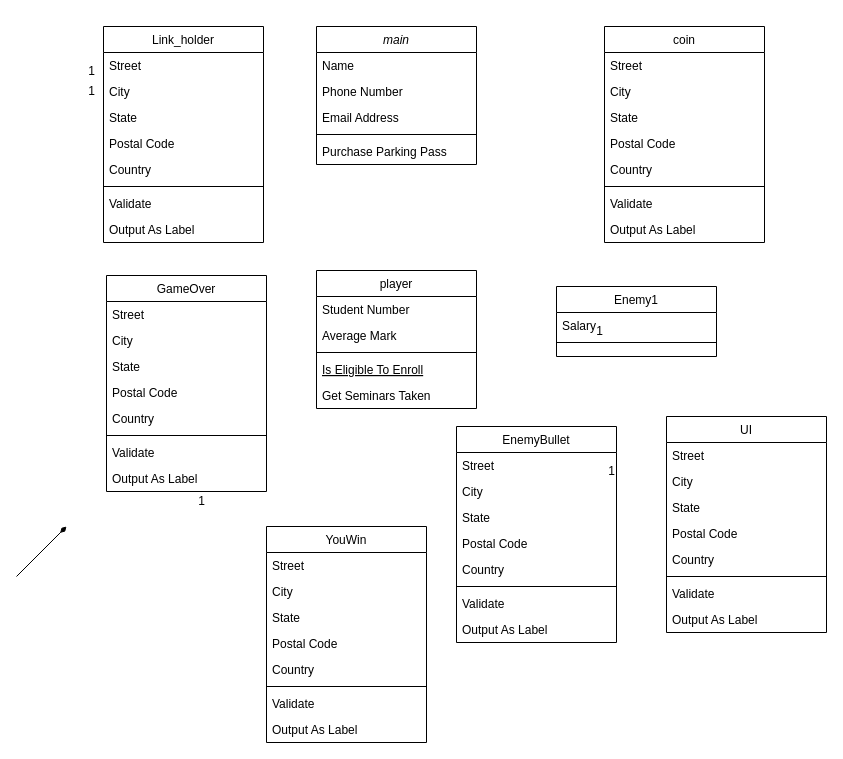
Earlier version of the draw.io diagram Unavngivet diagram.drawio (Anasbananhovede/eksame-projekt). Source tidied: cells renumbered, new cells numbered last; positions are measured from the earlier drawing's top-left corner, leaving out a move shared by most shapes. Both pictures are drawn from the tidied source at 100%, with x=0, y=0 at pixel (16, 26).
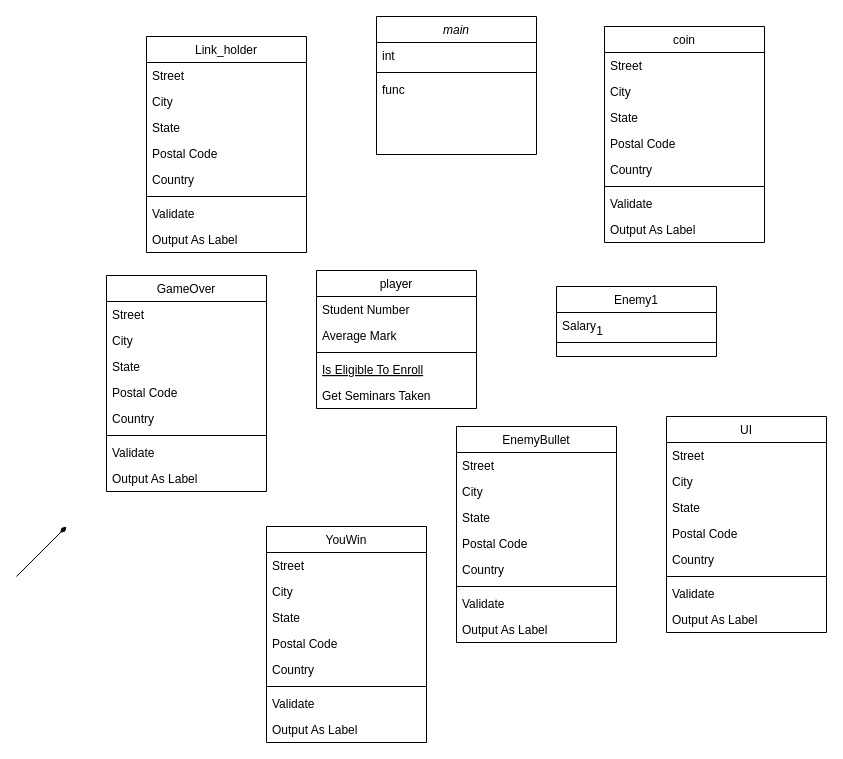
The same diagram, later.

Commit message:
igang med at lave skabelon.drawio

Change to the diagram source:
```diff
@@
     <mxCell id="2" value="main&#10;" style="swimlane;fontStyle=2;align=center;verticalAlign=top;horizontal=1;startSize=26;rounded=0;shadow=0;strokeWidth=1;" parent="1" vertex="1">
-      <mxGeometry x="300" width="160" height="138" as="geometry" />
+      <mxGeometry x="360" y="-10" width="160" height="138" as="geometry" />
     </mxCell>
-    <mxCell id="3" value="Name" style="text;align=left;verticalAlign=top;spacingLeft=4;spacingRight=4;overflow=hidden;" parent="2" vertex="1">
+    <mxCell id="3" value="int&#10;" style="text;align=left;verticalAlign=top;spacingLeft=4;spacingRight=4;overflow=hidden;" parent="2" vertex="1">
       <mxGeometry y="26" width="160" height="26" as="geometry" />
     </mxCell>
-    <mxCell id="4" value="Phone Number" style="text;align=left;verticalAlign=top;spacingLeft=4;spacingRight=4;overflow=hidden;rounded=0;shadow=0;html=0;" parent="2" vertex="1">
-      <mxGeometry y="52" width="160" height="26" as="geometry" />
-    </mxCell>
-    <mxCell id="5" value="Email Address" style="text;align=left;verticalAlign=top;spacingLeft=4;spacingRight=4;overflow=hidden;rounded=0;shadow=0;html=0;" parent="2" vertex="1">
-      <mxGeometry y="78" width="160" height="26" as="geometry" />
-    </mxCell>
     <mxCell id="6" style="line;html=1;strokeWidth=1;align=left;verticalAlign=middle;spacingTop=-1;spacingLeft=3;spacingRight=3;labelPosition=right;" parent="2" vertex="1">
-      <mxGeometry y="104" width="160" height="8" as="geometry" />
+      <mxGeometry y="52" width="160" height="8" as="geometry" />
     </mxCell>
-    <mxCell id="7" value="Purchase Parking Pass" style="text;align=left;verticalAlign=top;spacingLeft=4;spacingRight=4;overflow=hidden;" parent="2" vertex="1">
-      <mxGeometry y="112" width="160" height="26" as="geometry" />
+    <mxCell id="7" value="func" style="text;align=left;verticalAlign=top;spacingLeft=4;spacingRight=4;overflow=hidden;" parent="2" vertex="1">
+      <mxGeometry y="60" width="160" height="26" as="geometry" />
     </mxCell>
@@
-    <mxCell id="35" value="1" style="align=right;verticalAlign=bottom;labelBackgroundColor=none;fontSize=12;" parent="1" vertex="1">
-      <mxGeometry x="80" y="53" as="geometry" />
-    </mxCell>
@@
-    <mxCell id="45" value="1" style="align=right;verticalAlign=bottom;labelBackgroundColor=none;fontSize=12;" parent="1" vertex="1">
-      <mxGeometry x="190" y="483" as="geometry" />
-    </mxCell>
@@
-    <mxCell id="55" value="1" style="align=right;verticalAlign=bottom;labelBackgroundColor=none;fontSize=12;" parent="1" vertex="1">
-      <mxGeometry x="600" y="453" as="geometry" />
-    </mxCell>
     <mxCell id="56" value="Link_holder" style="swimlane;fontStyle=0;align=center;verticalAlign=top;horizontal=1;startSize=26;rounded=0;shadow=0;strokeWidth=1;" parent="1" vertex="1">
-      <mxGeometry x="87" width="160" height="216" as="geometry" />
+      <mxGeometry x="130" y="10" width="160" height="216" as="geometry" />
     </mxCell>
@@
-    <mxCell id="65" value="1" style="align=right;verticalAlign=bottom;labelBackgroundColor=none;fontSize=12;" parent="1" vertex="1">
-      <mxGeometry x="80" y="73" as="geometry" />
-    </mxCell>
```
